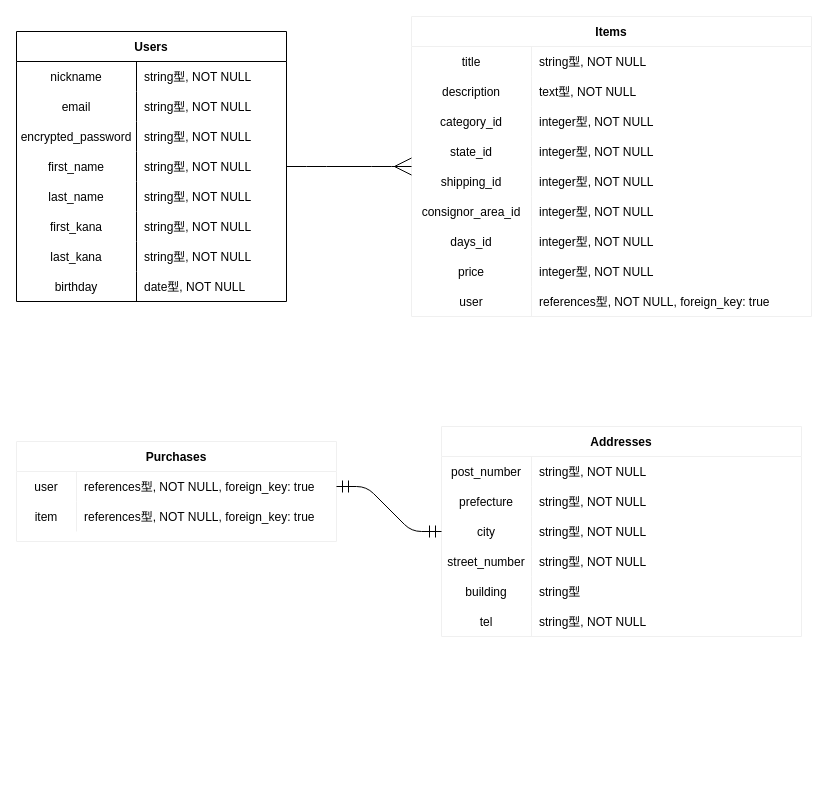
This is database.drawio from Miyayan-k/furima-32858, a draw.io file, before an edit. Source tidied: cells renumbered, new cells numbered last; positions are measured from the earlier drawing's top-left corner, leaving out a move shared by most shapes. Both pictures are drawn from the tidied source at 100%, with x=0, y=0 at pixel (16, 16).
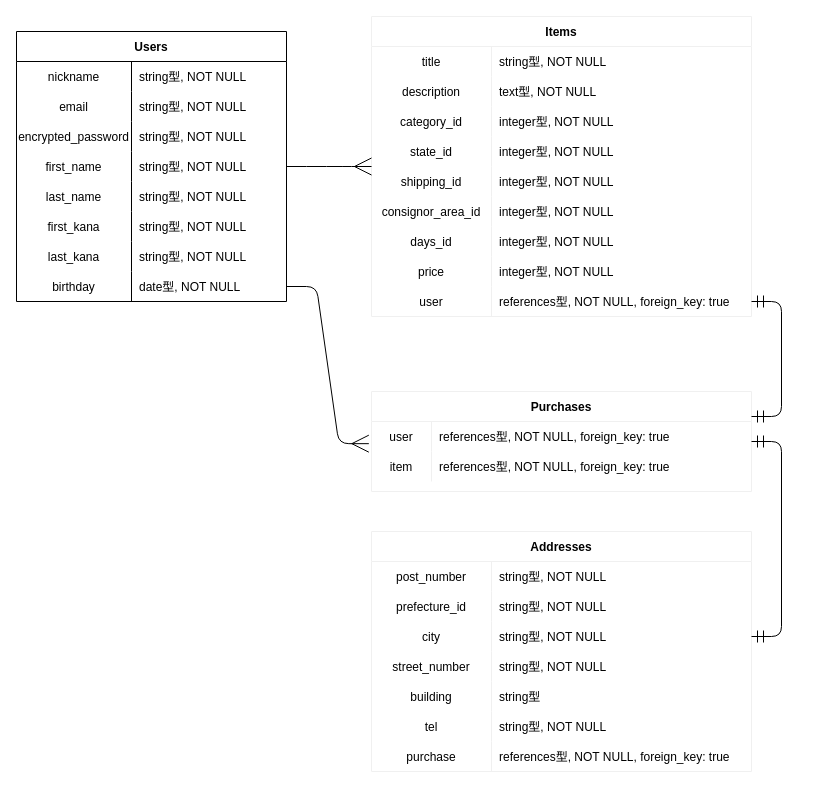
Above is the later version.

Commit message (it also covers changes not shown here):
ER図とREADMEの修正3

The change refers to these unchanged cells:
```xml
<mxCell id="3" style="shape=partialRectangle;fillColor=none;top=0;left=0;bottom=0;right=0;" parent="2" vertex="1">
  <mxGeometry y="30" width="270" height="30" as="geometry" />
</mxCell>
<mxCell id="6" style="shape=partialRectangle;fillColor=none;top=0;left=0;bottom=0;right=0;" parent="2" vertex="1">
  <mxGeometry y="60" width="270" height="30" as="geometry" />
</mxCell>
<mxCell id="9" style="shape=partialRectangle;fillColor=none;top=0;left=0;bottom=0;right=0;" parent="2" vertex="1">
  <mxGeometry y="90" width="270" height="30" as="geometry" />
</mxCell>
<mxCell id="12" style="shape=partialRectangle;fillColor=none;top=0;left=0;bottom=0;right=0;points=[[0,0.5],[1,0.5]];portConstraint=eastwest;" parent="2" vertex="1">
  <mxGeometry y="120" width="270" height="30" as="geometry" />
</mxCell>
<mxCell id="15" style="shape=partialRectangle;fillColor=none;top=0;left=0;bottom=0;right=0;" parent="2" vertex="1">
  <mxGeometry y="150" width="270" height="30" as="geometry" />
</mxCell>
<mxCell id="18" style="shape=partialRectangle;fillColor=none;top=0;left=0;bottom=0;right=0;" parent="2" vertex="1">
  <mxGeometry y="180" width="270" height="30" as="geometry" />
</mxCell>
<mxCell id="21" style="shape=partialRectangle;fillColor=none;top=0;left=0;bottom=0;right=0;" parent="2" vertex="1">
  <mxGeometry y="210" width="270" height="30" as="geometry" />
</mxCell>
<mxCell id="24" style="shape=partialRectangle;fillColor=none;top=0;left=0;bottom=0;right=0;points=[[0,0.5],[1,0.5]];portConstraint=eastwest;" parent="2" vertex="1">
  <mxGeometry y="240" width="270" height="30" as="geometry" />
</mxCell>
```

What changed in the source:
```diff
@@
     <mxCell id="4" value="nickname" style="shape=partialRectangle;fillColor=none;top=0;left=0;bottom=0;right=0;fontStyle=0;overflow=hidden;" parent="3" vertex="1">
-      <mxGeometry width="120" height="30" as="geometry" />
+      <mxGeometry width="115" height="30" as="geometry" />
     </mxCell>
     <mxCell id="5" value="string型, NOT NULL" style="shape=partialRectangle;fillColor=none;top=0;left=0;bottom=0;right=0;align=left;spacingLeft=6;fontStyle=0;overflow=hidden;" parent="3" vertex="1">
-      <mxGeometry x="120" width="150" height="30" as="geometry" />
+      <mxGeometry x="115" width="155" height="30" as="geometry" />
     </mxCell>
@@
     <mxCell id="7" value="email" style="shape=partialRectangle;fillColor=none;top=0;left=0;bottom=0;right=0;fontStyle=0;overflow=hidden;" parent="6" vertex="1">
-      <mxGeometry width="120" height="30" as="geometry" />
+      <mxGeometry width="115" height="30" as="geometry" />
     </mxCell>
     <mxCell id="8" value="string型, NOT NULL" style="shape=partialRectangle;fillColor=none;top=0;left=0;bottom=0;right=0;align=left;spacingLeft=6;fontStyle=0;overflow=hidden;" parent="6" vertex="1">
-      <mxGeometry x="120" width="150" height="30" as="geometry" />
+      <mxGeometry x="115" width="155" height="30" as="geometry" />
     </mxCell>
@@
     <mxCell id="10" value="encrypted_password" style="shape=partialRectangle;fillColor=none;top=0;left=0;bottom=0;right=0;overflow=hidden;" parent="9" vertex="1">
-      <mxGeometry width="120" height="30" as="geometry" />
+      <mxGeometry width="115" height="30" as="geometry" />
     </mxCell>
     <mxCell id="11" value="string型, NOT NULL" style="shape=partialRectangle;fillColor=none;top=0;left=0;bottom=0;right=0;align=left;spacingLeft=6;overflow=hidden;" parent="9" vertex="1">
-      <mxGeometry x="120" width="150" height="30" as="geometry" />
+      <mxGeometry x="115" width="155" height="30" as="geometry" />
     </mxCell>
@@
     <mxCell id="13" value="first_name" style="shape=partialRectangle;fillColor=none;top=0;left=0;bottom=0;right=0;overflow=hidden;" parent="12" vertex="1">
-      <mxGeometry width="120" height="30" as="geometry" />
+      <mxGeometry width="115" height="30" as="geometry" />
     </mxCell>
     <mxCell id="14" value="string型, NOT NULL" style="shape=partialRectangle;fillColor=none;top=0;left=0;bottom=0;right=0;align=left;spacingLeft=6;overflow=hidden;" parent="12" vertex="1">
-      <mxGeometry x="120" width="150" height="30" as="geometry" />
+      <mxGeometry x="115" width="155" height="30" as="geometry" />
     </mxCell>
@@
     <mxCell id="16" value="last_name" style="shape=partialRectangle;fillColor=none;top=0;left=0;bottom=0;right=0;overflow=hidden;" parent="15" vertex="1">
-      <mxGeometry width="120" height="30" as="geometry" />
+      <mxGeometry width="115" height="30" as="geometry" />
     </mxCell>
     <mxCell id="17" value="string型, NOT NULL" style="shape=partialRectangle;fillColor=none;top=0;left=0;bottom=0;right=0;align=left;spacingLeft=6;overflow=hidden;" parent="15" vertex="1">
-      <mxGeometry x="120" width="150" height="30" as="geometry" />
+      <mxGeometry x="115" width="155" height="30" as="geometry" />
     </mxCell>
@@
     <mxCell id="19" value="first_kana" style="shape=partialRectangle;fillColor=none;top=0;left=0;bottom=0;right=0;overflow=hidden;" parent="18" vertex="1">
-      <mxGeometry width="120" height="30" as="geometry" />
+      <mxGeometry width="115" height="30" as="geometry" />
     </mxCell>
     <mxCell id="20" value="string型, NOT NULL" style="shape=partialRectangle;fillColor=none;top=0;left=0;bottom=0;right=0;align=left;spacingLeft=6;overflow=hidden;" parent="18" vertex="1">
-      <mxGeometry x="120" width="150" height="30" as="geometry" />
+      <mxGeometry x="115" width="155" height="30" as="geometry" />
     </mxCell>
@@
     <mxCell id="22" value="last_kana" style="shape=partialRectangle;fillColor=none;top=0;left=0;bottom=0;right=0;overflow=hidden;" parent="21" vertex="1">
-      <mxGeometry width="120" height="30" as="geometry" />
+      <mxGeometry width="115" height="30" as="geometry" />
     </mxCell>
     <mxCell id="23" value="string型, NOT NULL" style="shape=partialRectangle;fillColor=none;top=0;left=0;bottom=0;right=0;align=left;spacingLeft=6;overflow=hidden;" parent="21" vertex="1">
-      <mxGeometry x="120" width="150" height="30" as="geometry" />
+      <mxGeometry x="115" width="155" height="30" as="geometry" />
     </mxCell>
@@
     <mxCell id="25" value="birthday" style="shape=partialRectangle;fillColor=none;top=0;left=0;bottom=0;right=0;overflow=hidden;" parent="24" vertex="1">
-      <mxGeometry width="120" height="30" as="geometry" />
+      <mxGeometry width="115" height="30" as="geometry" />
     </mxCell>
     <mxCell id="26" value="date型, NOT NULL" style="shape=partialRectangle;fillColor=none;top=0;left=0;bottom=0;right=0;align=left;spacingLeft=6;overflow=hidden;" parent="24" vertex="1">
-      <mxGeometry x="120" width="150" height="30" as="geometry" />
+      <mxGeometry x="115" width="155" height="30" as="geometry" />
     </mxCell>
     <mxCell id="27" value="Items" style="shape=table;startSize=30;childLayout=tableLayout;rowLines=0;fontStyle=1;align=center;strokeColor=#f0f0f0;" parent="1" vertex="1">
-      <mxGeometry x="395" width="400" height="300" as="geometry" />
+      <mxGeometry x="355" width="380" height="300" as="geometry" />
     </mxCell>
     <mxCell id="28" style="shape=partialRectangle;fillColor=none;top=0;left=0;bottom=0;right=0;" parent="27" vertex="1">
-      <mxGeometry y="30" width="400" height="30" as="geometry" />
+      <mxGeometry y="30" width="380" height="30" as="geometry" />
     </mxCell>
@@
     <mxCell id="30" value="string型, NOT NULL" style="shape=partialRectangle;fillColor=none;top=0;left=0;bottom=0;right=0;align=left;spacingLeft=6;overflow=hidden;" parent="28" vertex="1">
-      <mxGeometry x="120" width="280" height="30" as="geometry" />
+      <mxGeometry x="120" width="260" height="30" as="geometry" />
     </mxCell>
     <mxCell id="31" style="shape=partialRectangle;fillColor=none;top=0;left=0;bottom=0;right=0;" parent="27" vertex="1">
-      <mxGeometry y="60" width="400" height="30" as="geometry" />
+      <mxGeometry y="60" width="380" height="30" as="geometry" />
     </mxCell>
@@
     <mxCell id="33" value="text型, NOT NULL" style="shape=partialRectangle;fillColor=none;top=0;left=0;bottom=0;right=0;align=left;spacingLeft=6;overflow=hidden;" parent="31" vertex="1">
-      <mxGeometry x="120" width="280" height="30" as="geometry" />
+      <mxGeometry x="120" width="260" height="30" as="geometry" />
     </mxCell>
     <mxCell id="34" style="shape=partialRectangle;fillColor=none;top=0;left=0;bottom=0;right=0;" parent="27" vertex="1">
-      <mxGeometry y="90" width="400" height="30" as="geometry" />
+      <mxGeometry y="90" width="380" height="30" as="geometry" />
     </mxCell>
@@
     <mxCell id="36" value="integer型, NOT NULL" style="shape=partialRectangle;fillColor=none;top=0;left=0;bottom=0;right=0;align=left;spacingLeft=6;overflow=hidden;" parent="34" vertex="1">
-      <mxGeometry x="120" width="280" height="30" as="geometry" />
+      <mxGeometry x="120" width="260" height="30" as="geometry" />
     </mxCell>
     <mxCell id="37" style="shape=partialRectangle;fillColor=none;top=0;left=0;bottom=0;right=0;" parent="27" vertex="1">
-      <mxGeometry y="120" width="400" height="30" as="geometry" />
+      <mxGeometry y="120" width="380" height="30" as="geometry" />
     </mxCell>
@@
     <mxCell id="39" value="integer型, NOT NULL" style="shape=partialRectangle;fillColor=none;top=0;left=0;bottom=0;right=0;align=left;spacingLeft=6;overflow=hidden;" parent="37" vertex="1">
-      <mxGeometry x="120" width="280" height="30" as="geometry" />
+      <mxGeometry x="120" width="260" height="30" as="geometry" />
     </mxCell>
     <mxCell id="40" style="shape=partialRectangle;fillColor=none;top=0;left=0;bottom=0;right=0;" parent="27" vertex="1">
-      <mxGeometry y="150" width="400" height="30" as="geometry" />
+      <mxGeometry y="150" width="380" height="30" as="geometry" />
     </mxCell>
@@
     <mxCell id="42" value="integer型, NOT NULL" style="shape=partialRectangle;fillColor=none;top=0;left=0;bottom=0;right=0;align=left;spacingLeft=6;overflow=hidden;" parent="40" vertex="1">
-      <mxGeometry x="120" width="280" height="30" as="geometry" />
+      <mxGeometry x="120" width="260" height="30" as="geometry" />
     </mxCell>
     <mxCell id="43" style="shape=partialRectangle;fillColor=none;top=0;left=0;bottom=0;right=0;" parent="27" vertex="1">
-      <mxGeometry y="180" width="400" height="30" as="geometry" />
+      <mxGeometry y="180" width="380" height="30" as="geometry" />
     </mxCell>
@@
     <mxCell id="45" value="integer型, NOT NULL" style="shape=partialRectangle;fillColor=none;top=0;left=0;bottom=0;right=0;align=left;spacingLeft=6;overflow=hidden;" parent="43" vertex="1">
-      <mxGeometry x="120" width="280" height="30" as="geometry" />
+      <mxGeometry x="120" width="260" height="30" as="geometry" />
     </mxCell>
     <mxCell id="46" style="shape=partialRectangle;fillColor=none;top=0;left=0;bottom=0;right=0;" parent="27" vertex="1">
-      <mxGeometry y="210" width="400" height="30" as="geometry" />
+      <mxGeometry y="210" width="380" height="30" as="geometry" />
     </mxCell>
@@
     <mxCell id="48" value="integer型, NOT NULL" style="shape=partialRectangle;fillColor=none;top=0;left=0;bottom=0;right=0;align=left;spacingLeft=6;overflow=hidden;" parent="46" vertex="1">
-      <mxGeometry x="120" width="280" height="30" as="geometry" />
+      <mxGeometry x="120" width="260" height="30" as="geometry" />
     </mxCell>
     <mxCell id="49" style="shape=partialRectangle;fillColor=none;top=0;left=0;bottom=0;right=0;" parent="27" vertex="1">
-      <mxGeometry y="240" width="400" height="30" as="geometry" />
+      <mxGeometry y="240" width="380" height="30" as="geometry" />
     </mxCell>
@@
     <mxCell id="51" value="integer型, NOT NULL" style="shape=partialRectangle;fillColor=none;top=0;left=0;bottom=0;right=0;align=left;spacingLeft=6;overflow=hidden;" parent="49" vertex="1">
-      <mxGeometry x="120" width="280" height="30" as="geometry" />
+      <mxGeometry x="120" width="260" height="30" as="geometry" />
     </mxCell>
     <mxCell id="52" style="shape=partialRectangle;fillColor=none;top=0;left=0;bottom=0;right=0;points=[[0,0.5],[1,0.5]];portConstraint=eastwest;" parent="27" vertex="1">
-      <mxGeometry y="270" width="400" height="30" as="geometry" />
+      <mxGeometry y="270" width="380" height="30" as="geometry" />
     </mxCell>
@@
     <mxCell id="54" value="references型, NOT NULL, foreign_key: true" style="shape=partialRectangle;fillColor=none;top=0;left=0;bottom=0;right=0;align=left;spacingLeft=6;overflow=hidden;" parent="52" vertex="1">
-      <mxGeometry x="120" width="280" height="30" as="geometry" />
+      <mxGeometry x="120" width="260" height="30" as="geometry" />
     </mxCell>
     <mxCell id="55" value="Addresses" style="shape=table;startSize=30;childLayout=tableLayout;rowLines=0;fontStyle=1;align=center;strokeColor=#f0f0f0;" parent="1" vertex="1">
-      <mxGeometry x="425" y="410" width="360" height="210" as="geometry" />
+      <mxGeometry x="355" y="515" width="380" height="240" as="geometry" />
     </mxCell>
     <mxCell id="56" style="shape=partialRectangle;fillColor=none;top=0;left=0;bottom=0;right=0;" parent="55" vertex="1">
-      <mxGeometry y="30" width="360" height="30" as="geometry" />
+      <mxGeometry y="30" width="380" height="30" as="geometry" />
     </mxCell>
     <mxCell id="57" value="post_number" style="shape=partialRectangle;fillColor=none;top=0;left=0;bottom=0;right=0;overflow=hidden;" parent="56" vertex="1">
-      <mxGeometry width="90" height="30" as="geometry" />
+      <mxGeometry width="120" height="30" as="geometry" />
     </mxCell>
     <mxCell id="58" value="string型, NOT NULL" style="shape=partialRectangle;fillColor=none;top=0;left=0;bottom=0;right=0;align=left;spacingLeft=6;overflow=hidden;" parent="56" vertex="1">
-      <mxGeometry x="90" width="270" height="30" as="geometry" />
+      <mxGeometry x="120" width="260" height="30" as="geometry" />
     </mxCell>
     <mxCell id="59" style="shape=partialRectangle;fillColor=none;top=0;left=0;bottom=0;right=0;" parent="55" vertex="1">
-      <mxGeometry y="60" width="360" height="30" as="geometry" />
+      <mxGeometry y="60" width="380" height="30" as="geometry" />
     </mxCell>
-    <mxCell id="60" value="prefecture" style="shape=partialRectangle;fillColor=none;top=0;left=0;bottom=0;right=0;overflow=hidden;" parent="59" vertex="1">
-      <mxGeometry width="90" height="30" as="geometry" />
+    <mxCell id="60" value="prefecture_id" style="shape=partialRectangle;fillColor=none;top=0;left=0;bottom=0;right=0;overflow=hidden;" parent="59" vertex="1">
+      <mxGeometry width="120" height="30" as="geometry" />
     </mxCell>
     <mxCell id="61" value="string型, NOT NULL" style="shape=partialRectangle;fillColor=none;top=0;left=0;bottom=0;right=0;align=left;spacingLeft=6;overflow=hidden;" parent="59" vertex="1">
-      <mxGeometry x="90" width="270" height="30" as="geometry" />
+      <mxGeometry x="120" width="260" height="30" as="geometry" />
     </mxCell>
     <mxCell id="62" style="shape=partialRectangle;fillColor=none;top=0;left=0;bottom=0;right=0;points=[[0,0.5],[1,0.5]];portConstraint=eastwest;" parent="55" vertex="1">
-      <mxGeometry y="90" width="360" height="30" as="geometry" />
+      <mxGeometry y="90" width="380" height="30" as="geometry" />
     </mxCell>
     <mxCell id="63" value="city" style="shape=partialRectangle;fillColor=none;top=0;left=0;bottom=0;right=0;overflow=hidden;" parent="62" vertex="1">
-      <mxGeometry width="90" height="30" as="geometry" />
+      <mxGeometry width="120" height="30" as="geometry" />
     </mxCell>
     <mxCell id="64" value="string型, NOT NULL" style="shape=partialRectangle;fillColor=none;top=0;left=0;bottom=0;right=0;align=left;spacingLeft=6;overflow=hidden;" parent="62" vertex="1">
-      <mxGeometry x="90" width="270" height="30" as="geometry" />
+      <mxGeometry x="120" width="260" height="30" as="geometry" />
     </mxCell>
     <mxCell id="65" style="shape=partialRectangle;fillColor=none;top=0;left=0;bottom=0;right=0;" parent="55" vertex="1">
-      <mxGeometry y="120" width="360" height="30" as="geometry" />
+      <mxGeometry y="120" width="380" height="30" as="geometry" />
     </mxCell>
     <mxCell id="66" value="street_number" style="shape=partialRectangle;fillColor=none;top=0;left=0;bottom=0;right=0;overflow=hidden;" parent="65" vertex="1">
-      <mxGeometry width="90" height="30" as="geometry" />
+      <mxGeometry width="120" height="30" as="geometry" />
     </mxCell>
     <mxCell id="67" value="string型, NOT NULL" style="shape=partialRectangle;fillColor=none;top=0;left=0;bottom=0;right=0;align=left;spacingLeft=6;overflow=hidden;" parent="65" vertex="1">
-      <mxGeometry x="90" width="270" height="30" as="geometry" />
+      <mxGeometry x="120" width="260" height="30" as="geometry" />
     </mxCell>
     <mxCell id="68" style="shape=partialRectangle;fillColor=none;top=0;left=0;bottom=0;right=0;" parent="55" vertex="1">
-      <mxGeometry y="150" width="360" height="30" as="geometry" />
+      <mxGeometry y="150" width="380" height="30" as="geometry" />
     </mxCell>
     <mxCell id="69" value="building" style="shape=partialRectangle;fillColor=none;top=0;left=0;bottom=0;right=0;overflow=hidden;" parent="68" vertex="1">
-      <mxGeometry width="90" height="30" as="geometry" />
+      <mxGeometry width="120" height="30" as="geometry" />
     </mxCell>
     <mxCell id="70" value="string型" style="shape=partialRectangle;fillColor=none;top=0;left=0;bottom=0;right=0;align=left;spacingLeft=6;overflow=hidden;" parent="68" vertex="1">
-      <mxGeometry x="90" width="270" height="30" as="geometry" />
+      <mxGeometry x="120" width="260" height="30" as="geometry" />
     </mxCell>
+    <mxCell id="83" style="shape=partialRectangle;fillColor=none;top=0;left=0;bottom=0;right=0;" parent="55" vertex="1">
+      <mxGeometry y="180" width="380" height="30" as="geometry" />
+    </mxCell>
+    <mxCell id="84" value="tel" style="shape=partialRectangle;fillColor=none;top=0;left=0;bottom=0;right=0;overflow=hidden;" parent="83" vertex="1">
+      <mxGeometry width="120" height="30" as="geometry" />
+    </mxCell>
+    <mxCell id="85" value="string型, NOT NULL" style="shape=partialRectangle;fillColor=none;top=0;left=0;bottom=0;right=0;align=left;spacingLeft=6;overflow=hidden;" parent="83" vertex="1">
+      <mxGeometry x="120" width="260" height="30" as="geometry" />
+    </mxCell>
     <mxCell id="71" style="shape=partialRectangle;fillColor=none;top=0;left=0;bottom=0;right=0;" parent="55" vertex="1">
-      <mxGeometry y="180" width="360" height="30" as="geometry" />
+      <mxGeometry y="210" width="380" height="30" as="geometry" />
     </mxCell>
-    <mxCell id="72" value="tel" style="shape=partialRectangle;fillColor=none;top=0;left=0;bottom=0;right=0;overflow=hidden;" parent="71" vertex="1">
-      <mxGeometry width="90" height="30" as="geometry" />
+    <mxCell id="72" value="purchase" style="shape=partialRectangle;fillColor=none;top=0;left=0;bottom=0;right=0;overflow=hidden;" parent="71" vertex="1">
+      <mxGeometry width="120" height="30" as="geometry" />
     </mxCell>
-    <mxCell id="73" value="string型, NOT NULL" style="shape=partialRectangle;fillColor=none;top=0;left=0;bottom=0;right=0;align=left;spacingLeft=6;overflow=hidden;" parent="71" vertex="1">
-      <mxGeometry x="90" width="270" height="30" as="geometry" />
+    <mxCell id="73" value="references型, NOT NULL, foreign_key: true" style="shape=partialRectangle;fillColor=none;top=0;left=0;bottom=0;right=0;align=left;spacingLeft=6;overflow=hidden;" parent="71" vertex="1">
+      <mxGeometry x="120" width="260" height="30" as="geometry" />
     </mxCell>
@@
     <mxCell id="75" value="Purchases" style="shape=table;startSize=30;childLayout=tableLayout;rowLines=0;fontStyle=1;align=center;strokeColor=#f0f0f0;" parent="1" vertex="1">
-      <mxGeometry y="425" width="320" height="100" as="geometry" />
+      <mxGeometry x="355" y="375" width="380" height="100" as="geometry" />
     </mxCell>
     <mxCell id="76" style="shape=partialRectangle;fillColor=none;top=0;left=0;bottom=0;right=0;points=[[0,0.5],[1,0.5]];portConstraint=eastwest;" parent="75" vertex="1">
-      <mxGeometry y="30" width="320" height="30" as="geometry" />
+      <mxGeometry y="30" width="380" height="30" as="geometry" />
     </mxCell>
@@
     <mxCell id="78" value="references型, NOT NULL, foreign_key: true" style="shape=partialRectangle;fillColor=none;top=0;left=0;bottom=0;right=0;align=left;spacingLeft=6;fontStyle=0;overflow=hidden;strokeColor=none;" parent="76" vertex="1">
-      <mxGeometry x="60" width="260" height="30" as="geometry" />
+      <mxGeometry x="60" width="320" height="30" as="geometry" />
     </mxCell>
     <mxCell id="79" style="shape=partialRectangle;fillColor=none;top=0;left=0;bottom=0;right=0;" parent="75" vertex="1">
-      <mxGeometry y="60" width="320" height="30" as="geometry" />
+      <mxGeometry y="60" width="380" height="30" as="geometry" />
     </mxCell>
@@
     <mxCell id="81" value="references型, NOT NULL, foreign_key: true" style="shape=partialRectangle;fillColor=none;top=0;left=0;bottom=0;right=0;align=left;spacingLeft=6;overflow=hidden;" parent="79" vertex="1">
-      <mxGeometry x="60" width="260" height="30" as="geometry" />
+      <mxGeometry x="60" width="320" height="30" as="geometry" />
     </mxCell>
-    <mxCell id="82" style="edgeStyle=entityRelationEdgeStyle;fontSize=12;html=1;endArrow=ERmandOne;startArrow=ERmandOne;exitX=1;exitY=0.5;exitDx=0;exitDy=0;endSize=10;startSize=10;" parent="1" edge="1" source="76" target="62">
+    <mxCell id="82" style="edgeStyle=entityRelationEdgeStyle;fontSize=12;html=1;endArrow=ERmandOne;startArrow=ERmandOne;endSize=10;startSize=10;exitX=1;exitY=0.5;exitDx=0;exitDy=0;" parent="1" edge="1" source="75" target="62">
       <mxGeometry relative="1" as="geometry" />
     </mxCell>
+    <mxCell id="86" style="edgeStyle=entityRelationEdgeStyle;fontSize=12;html=1;endArrow=ERmany;entryX=-0.007;entryY=0.739;entryDx=0;entryDy=0;entryPerimeter=0;endSize=15;" parent="1" edge="1" source="24" target="76">
+      <mxGeometry relative="1" as="geometry" />
+    </mxCell>
+    <mxCell id="87" style="edgeStyle=entityRelationEdgeStyle;fontSize=12;html=1;endArrow=ERmandOne;startArrow=ERmandOne;exitX=1;exitY=0.25;exitDx=0;exitDy=0;endSize=10;startSize=10;" parent="1" edge="1" source="75" target="52">
+      <mxGeometry relative="1" as="geometry" />
+    </mxCell>
```
